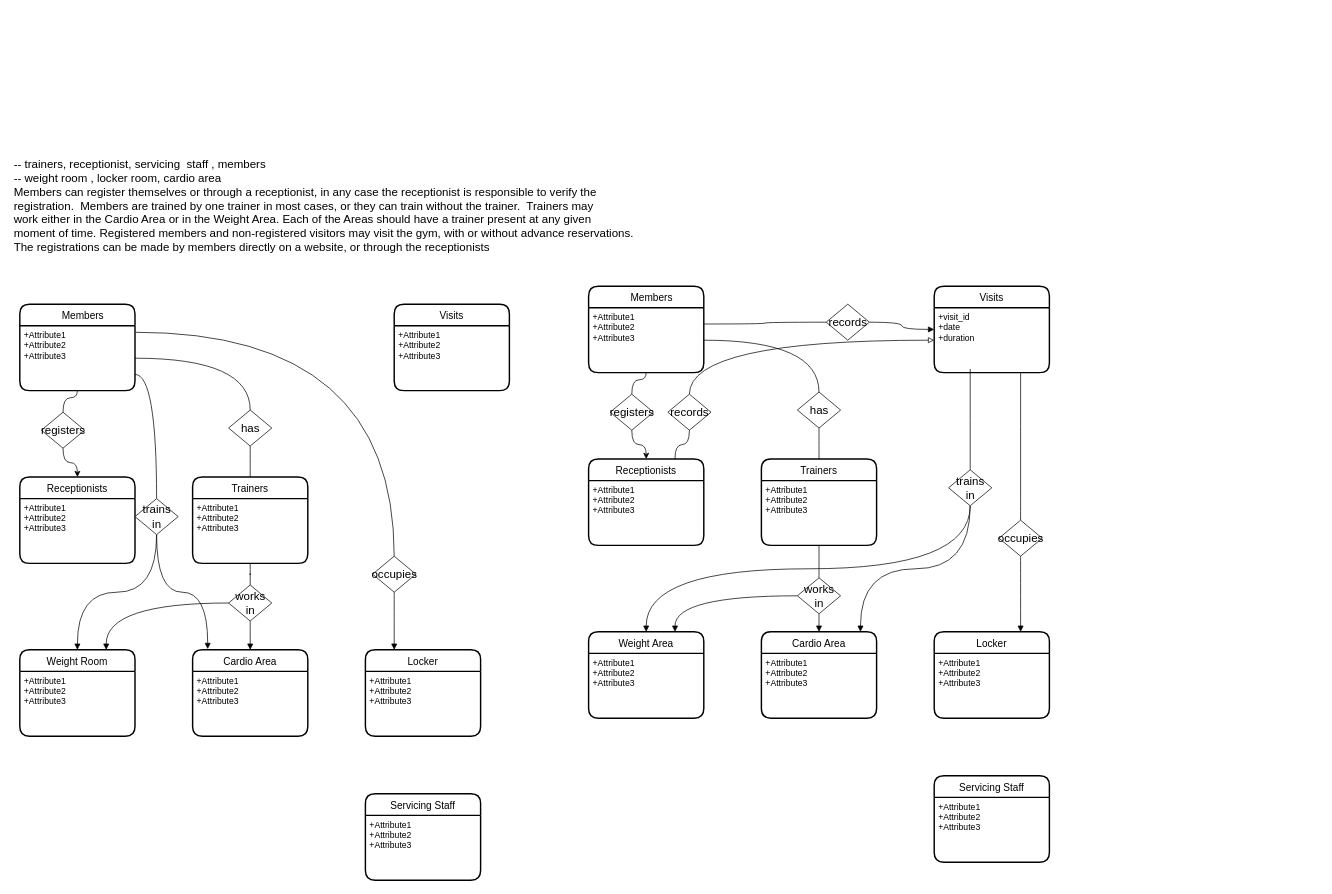
Above: Gym.drawio in gituser514/Diagram (draw.io), before the change. Source tidied: cells renumbered, new cells numbered last; positions are measured from the earlier drawing's top-left corner, leaving out a move shared by most shapes. Both pictures are drawn from the tidied source at 72%, with x=0, y=0 at pixel (12, 156).
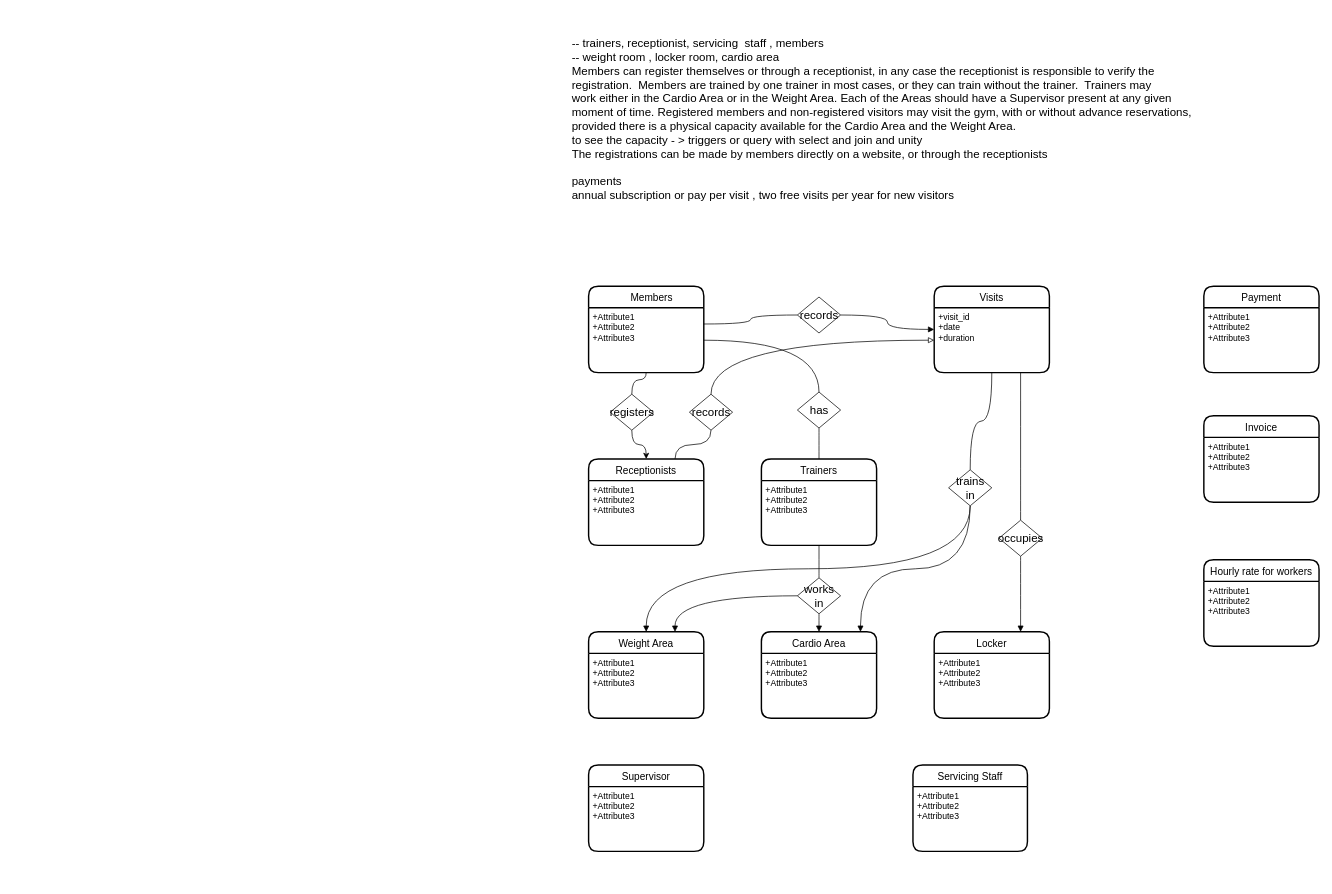
The same page after the edit.

The change refers to these unchanged cells:
```xml
<mxCell id="64" value="+visit_id&#10;+date&#10;+duration" style="align=left;strokeColor=none;fillColor=none;spacingLeft=4;fontSize=12;verticalAlign=top;" parent="63" vertex="1">
  <mxGeometry y="30" width="160" height="90" as="geometry" />
</mxCell>
<mxCell id="71" value="&lt;div&gt;trains &lt;br&gt;&lt;/div&gt;&lt;div&gt;in&lt;/div&gt;" style="shape=rhombus;html=1;dashed=0;whitespace=wrap;perimeter=rhombusPerimeter;fontSize=16;" parent="1" vertex="1">
  <mxGeometry x="1300" y="435" width="60" height="50" as="geometry" />
</mxCell>
```

The edit, as a diff of the source:
```diff
@@
-    <mxCell id="2" value="    Members" style="swimlane;horizontal=1;startSize=30;rounded=1;fontSize=14;fontStyle=0;strokeWidth=2;shadow=0;dashed=0;align=center;" parent="1" vertex="1">
-      <mxGeometry x="10" y="205" width="160" height="120" as="geometry" />
-    </mxCell>
-    <mxCell id="3" value="+Attribute1&#10;+Attribute2&#10;+Attribute3" style="align=left;strokeColor=none;fillColor=none;spacingLeft=4;fontSize=12;verticalAlign=top;" parent="2" vertex="1">
-      <mxGeometry y="30" width="160" height="90" as="geometry" />
-    </mxCell>
-    <mxCell id="4" value="Receptionists " style="swimlane;horizontal=1;startSize=30;rounded=1;fontSize=14;fontStyle=0;strokeWidth=2;shadow=0;dashed=0;align=center;" parent="1" vertex="1">
-      <mxGeometry x="10" y="445" width="160" height="120" as="geometry" />
-    </mxCell>
-    <mxCell id="5" value="+Attribute1&#10;+Attribute2&#10;+Attribute3" style="align=left;strokeColor=none;fillColor=none;spacingLeft=4;fontSize=12;verticalAlign=top;" parent="4" vertex="1">
-      <mxGeometry y="30" width="160" height="90" as="geometry" />
-    </mxCell>
-    <mxCell id="6" value="Trainers" style="swimlane;horizontal=1;startSize=30;rounded=1;fontSize=14;fontStyle=0;strokeWidth=2;shadow=0;dashed=0;align=center;" parent="1" vertex="1">
-      <mxGeometry x="250" y="445" width="160" height="120" as="geometry" />
-    </mxCell>
-    <mxCell id="7" value="+Attribute1&#10;+Attribute2&#10;+Attribute3" style="align=left;strokeColor=none;fillColor=none;spacingLeft=4;fontSize=12;verticalAlign=top;" parent="6" vertex="1">
-      <mxGeometry y="30" width="160" height="90" as="geometry" />
-    </mxCell>
-    <mxCell id="8" value="Servicing Staff" style="swimlane;horizontal=1;startSize=30;rounded=1;fontSize=14;fontStyle=0;strokeWidth=2;shadow=0;dashed=0;align=center;" parent="1" vertex="1">
-      <mxGeometry x="490" y="885" width="160" height="120" as="geometry" />
-    </mxCell>
-    <mxCell id="9" value="+Attribute1&#10;+Attribute2&#10;+Attribute3" style="align=left;strokeColor=none;fillColor=none;spacingLeft=4;fontSize=12;verticalAlign=top;" parent="8" vertex="1">
-      <mxGeometry y="30" width="160" height="90" as="geometry" />
-    </mxCell>
-    <mxCell id="10" value="&lt;br&gt;&lt;div style=&quot;font-size: 16px&quot; align=&quot;left&quot;&gt;&lt;font style=&quot;font-size: 16px&quot;&gt;&lt;br&gt;&lt;/font&gt;&lt;/div&gt;&lt;div style=&quot;font-size: 16px&quot; align=&quot;left&quot;&gt;&lt;div style=&quot;font-size: 16px&quot; align=&quot;left&quot;&gt;&lt;font style=&quot;font-size: 16px&quot;&gt;-- trainers, receptionist, servicing&amp;nbsp; staff , members&lt;br style=&quot;font-size: 16px&quot;&gt;-- weight room , locker room, cardio area&lt;/font&gt;&lt;/div&gt;&lt;div style=&quot;font-size: 16px&quot; align=&quot;left&quot;&gt;&lt;font style=&quot;font-size: 16px&quot;&gt;Members can register themselves or through a receptionist, in any case the receptionist is responsible to verify the &lt;br&gt;registration.&amp;nbsp; Members are trained by one trainer in most cases, or they can train without the trainer.&amp;nbsp; Trainers may &lt;br&gt;work either in the Cardio Area or in the Weight Area. Each of the Areas should have a trainer present at any given &lt;br&gt;&lt;/font&gt;&lt;/div&gt;&lt;div style=&quot;font-size: 16px&quot; align=&quot;left&quot;&gt;&lt;font style=&quot;font-size: 16px&quot;&gt;moment of time. Registered members and non-registered visitors may visit the gym, with or without advance reservations. &lt;br&gt;&lt;/font&gt;&lt;/div&gt;&lt;div style=&quot;font-size: 16px&quot; align=&quot;left&quot;&gt;&lt;font style=&quot;font-size: 16px&quot;&gt;The registrations can be made by members directly on a website, or through the receptionists &lt;br&gt;&lt;/font&gt;&lt;/div&gt;&lt;div style=&quot;font-size: 16px&quot; align=&quot;left&quot;&gt;&lt;font style=&quot;font-size: 16px&quot;&gt;&lt;br&gt;&lt;/font&gt;&lt;/div&gt;&lt;div style=&quot;font-size: 16px&quot; align=&quot;left&quot;&gt;&lt;font style=&quot;font-size: 16px&quot;&gt;&lt;br&gt;&lt;/font&gt;&lt;/div&gt;&lt;/div&gt;&lt;div style=&quot;font-size: 16px&quot; align=&quot;left&quot;&gt;&lt;font style=&quot;font-size: 16px&quot;&gt;&lt;br&gt;&lt;/font&gt;&lt;/div&gt;" style="text;html=1;align=left;verticalAlign=middle;strokeColor=none;fillColor=none;" parent="1" vertex="1">
-      <mxGeometry width="790" height="160" as="geometry" />
+    <mxCell id="10" value="&lt;br&gt;&lt;div style=&quot;font-size: 16px&quot; align=&quot;left&quot;&gt;&lt;font style=&quot;font-size: 16px&quot;&gt;&lt;br&gt;&lt;/font&gt;&lt;/div&gt;&lt;div style=&quot;font-size: 16px&quot; align=&quot;left&quot;&gt;&lt;div style=&quot;font-size: 16px&quot; align=&quot;left&quot;&gt;&lt;font style=&quot;font-size: 16px&quot;&gt;-- trainers, receptionist, servicing&amp;nbsp; staff , members&lt;br style=&quot;font-size: 16px&quot;&gt;-- weight room , locker room, cardio area&lt;/font&gt;&lt;/div&gt;&lt;div style=&quot;font-size: 16px&quot; align=&quot;left&quot;&gt;&lt;font style=&quot;font-size: 16px&quot;&gt;Members can register themselves or through a receptionist, in any case the receptionist is responsible to verify the &lt;br&gt;registration.&amp;nbsp; Members are trained by one trainer in most cases, or they can train without the trainer.&amp;nbsp; Trainers may &lt;br&gt;work either in the Cardio Area or in the Weight Area. Each of the Areas should have a Supervisor present at any given &lt;br&gt;&lt;/font&gt;&lt;/div&gt;&lt;div style=&quot;font-size: 16px&quot; align=&quot;left&quot;&gt;&lt;font style=&quot;font-size: 16px&quot;&gt;moment of time. Registered members and non-registered visitors may visit the gym, with or without advance reservations, &lt;br&gt;&lt;/font&gt;&lt;/div&gt;&lt;div style=&quot;font-size: 16px&quot; align=&quot;left&quot;&gt;&lt;font style=&quot;font-size: 16px&quot;&gt;provided there is a physical capacity available for the Cardio Area and the Weight Area. &lt;br&gt;&lt;/font&gt;&lt;/div&gt;&lt;div style=&quot;font-size: 16px&quot; align=&quot;left&quot;&gt;&lt;font style=&quot;font-size: 16px&quot;&gt;to see the capacity - &amp;gt; triggers or query with select and join and unity&amp;nbsp; &lt;br&gt;&lt;/font&gt;&lt;/div&gt;&lt;div style=&quot;font-size: 16px&quot; align=&quot;left&quot;&gt;&lt;font style=&quot;font-size: 16px&quot;&gt;The registrations can be made by members directly on a website, or through the receptionists &lt;br&gt;&lt;/font&gt;&lt;/div&gt;&lt;div style=&quot;font-size: 16px&quot; align=&quot;left&quot;&gt;&lt;font style=&quot;font-size: 16px&quot;&gt;&lt;br&gt;&lt;/font&gt;&lt;/div&gt;&lt;div style=&quot;font-size: 16px&quot; align=&quot;left&quot;&gt;&lt;font style=&quot;font-size: 16px&quot;&gt;payments&lt;/font&gt;&lt;/div&gt;&lt;div style=&quot;font-size: 16px&quot; align=&quot;left&quot;&gt;&lt;font style=&quot;font-size: 16px&quot;&gt;annual subscription or pay per visit , two free visits per year for new visitors &lt;br&gt;&lt;/font&gt;&lt;/div&gt;&amp;nbsp;&lt;br&gt;&lt;div style=&quot;font-size: 16px&quot; align=&quot;left&quot;&gt;&lt;font style=&quot;font-size: 16px&quot;&gt;&lt;br&gt;&lt;/font&gt;&lt;/div&gt;&lt;/div&gt;&lt;div style=&quot;font-size: 16px&quot; align=&quot;left&quot;&gt;&lt;font style=&quot;font-size: 16px&quot;&gt;&lt;br&gt;&lt;/font&gt;&lt;/div&gt;" style="text;html=1;align=left;verticalAlign=middle;strokeColor=none;fillColor=none;" parent="1" vertex="1">
+      <mxGeometry x="774.5" y="-150" width="790" height="220" as="geometry" />
     </mxCell>
-    <mxCell id="11" value="Cardio Area" style="swimlane;horizontal=1;startSize=30;rounded=1;fontSize=14;fontStyle=0;strokeWidth=2;shadow=0;dashed=0;align=center;" parent="1" vertex="1">
-      <mxGeometry x="250" y="685" width="160" height="120" as="geometry" />
-    </mxCell>
-    <mxCell id="12" value="+Attribute1&#10;+Attribute2&#10;+Attribute3" style="align=left;strokeColor=none;fillColor=none;spacingLeft=4;fontSize=12;verticalAlign=top;" parent="11" vertex="1">
-      <mxGeometry y="30" width="160" height="90" as="geometry" />
-    </mxCell>
-    <mxCell id="13" value="Locker " style="swimlane;horizontal=1;startSize=30;rounded=1;fontSize=14;fontStyle=0;strokeWidth=2;shadow=0;dashed=0;align=center;" parent="1" vertex="1">
-      <mxGeometry x="490" y="685" width="160" height="120" as="geometry" />
-    </mxCell>
-    <mxCell id="14" value="+Attribute1&#10;+Attribute2&#10;+Attribute3" style="align=left;strokeColor=none;fillColor=none;spacingLeft=4;fontSize=12;verticalAlign=top;" parent="13" vertex="1">
-      <mxGeometry y="30" width="160" height="90" as="geometry" />
-    </mxCell>
-    <mxCell id="15" value="Weight Room" style="swimlane;horizontal=1;startSize=30;rounded=1;fontSize=14;fontStyle=0;strokeWidth=2;shadow=0;dashed=0;align=center;" parent="1" vertex="1">
-      <mxGeometry x="10" y="685" width="160" height="120" as="geometry" />
-    </mxCell>
-    <mxCell id="16" value="+Attribute1&#10;+Attribute2&#10;+Attribute3" style="align=left;strokeColor=none;fillColor=none;spacingLeft=4;fontSize=12;verticalAlign=top;" parent="15" vertex="1">
-      <mxGeometry y="30" width="160" height="90" as="geometry" />
-    </mxCell>
-    <mxCell id="17" style="edgeStyle=orthogonalEdgeStyle;rounded=0;jettySize=auto;html=1;fontSize=16;endArrow=none;endFill=0;curved=1;" parent="1" edge="1" source="19" target="3">
-      <mxGeometry relative="1" as="geometry" />
-    </mxCell>
-    <mxCell id="18" style="edgeStyle=orthogonalEdgeStyle;rounded=0;jettySize=auto;html=1;fontSize=16;curved=1;" parent="1" edge="1" source="19" target="4">
-      <mxGeometry relative="1" as="geometry" />
-    </mxCell>
-    <mxCell id="19" value="registers" style="shape=rhombus;html=1;dashed=0;whitespace=wrap;perimeter=rhombusPerimeter;fontSize=16;" parent="1" vertex="1">
-      <mxGeometry x="40" y="355" width="60" height="50" as="geometry" />
-    </mxCell>
-    <mxCell id="20" style="edgeStyle=orthogonalEdgeStyle;rounded=0;jettySize=auto;html=1;entryX=1;entryY=0.5;entryDx=0;entryDy=0;fontSize=16;endArrow=none;endFill=0;curved=1;exitX=0.5;exitY=0;exitDx=0;exitDy=0;" parent="1" edge="1" source="22" target="3">
-      <mxGeometry relative="1" as="geometry" />
-    </mxCell>
-    <mxCell id="21" style="edgeStyle=orthogonalEdgeStyle;rounded=0;jettySize=auto;html=1;fontSize=16;endArrow=none;endFill=0;curved=1;" parent="1" edge="1" source="22" target="6">
-      <mxGeometry relative="1" as="geometry" />
-    </mxCell>
-    <mxCell id="22" value="has" style="shape=rhombus;html=1;dashed=0;whitespace=wrap;perimeter=rhombusPerimeter;fontSize=16;" parent="1" vertex="1">
-      <mxGeometry x="300" y="352" width="60" height="50" as="geometry" />
-    </mxCell>
-    <mxCell id="23" style="edgeStyle=orthogonalEdgeStyle;curved=1;rounded=0;jettySize=auto;html=1;entryX=0.5;entryY=1;entryDx=0;entryDy=0;fontSize=16;startArrow=none;startFill=0;endArrow=none;endFill=0;" parent="1" edge="1" source="25" target="7">
-      <mxGeometry relative="1" as="geometry" />
-    </mxCell>
-    <mxCell id="24" style="edgeStyle=orthogonalEdgeStyle;curved=1;rounded=0;jettySize=auto;html=1;exitX=0.5;exitY=1;exitDx=0;exitDy=0;entryX=0.5;entryY=0;entryDx=0;entryDy=0;fontSize=16;startArrow=none;startFill=0;endArrow=block;endFill=1;" parent="1" edge="1" source="25" target="11">
-      <mxGeometry relative="1" as="geometry" />
-    </mxCell>
-    <mxCell id="25" value="&lt;div&gt;works &lt;br&gt;&lt;/div&gt;&lt;div&gt;in&lt;/div&gt;" style="shape=rhombus;html=1;dashed=0;whitespace=wrap;perimeter=rhombusPerimeter;fontSize=16;" parent="1" vertex="1">
-      <mxGeometry x="300" y="595" width="60" height="50" as="geometry" />
-    </mxCell>
-    <mxCell id="26" style="edgeStyle=orthogonalEdgeStyle;curved=1;rounded=0;jettySize=auto;html=1;fontSize=16;startArrow=none;startFill=0;endArrow=block;endFill=1;entryX=0.75;entryY=0;entryDx=0;entryDy=0;exitX=0;exitY=0.5;exitDx=0;exitDy=0;" parent="1" edge="1" source="25" target="15">
-      <mxGeometry relative="1" as="geometry" />
-    </mxCell>
-    <mxCell id="27" style="edgeStyle=orthogonalEdgeStyle;curved=1;rounded=0;jettySize=auto;html=1;entryX=1;entryY=0.75;entryDx=0;entryDy=0;fontSize=16;startArrow=none;startFill=0;endArrow=none;endFill=0;" parent="1" edge="1" source="30" target="3">
-      <mxGeometry relative="1" as="geometry" />
-    </mxCell>
-    <mxCell id="28" style="edgeStyle=orthogonalEdgeStyle;curved=1;rounded=0;jettySize=auto;html=1;entryX=0.5;entryY=0;entryDx=0;entryDy=0;fontSize=16;startArrow=none;startFill=0;endArrow=block;endFill=1;" parent="1" edge="1" source="30" target="15">
-      <mxGeometry relative="1" as="geometry" />
-    </mxCell>
-    <mxCell id="29" style="edgeStyle=orthogonalEdgeStyle;curved=1;rounded=0;jettySize=auto;html=1;entryX=0.131;entryY=-0.008;entryDx=0;entryDy=0;entryPerimeter=0;fontSize=16;startArrow=none;startFill=0;endArrow=block;endFill=1;exitX=0.5;exitY=1;exitDx=0;exitDy=0;" parent="1" edge="1" source="30" target="11">
-      <mxGeometry relative="1" as="geometry" />
-    </mxCell>
-    <mxCell id="30" value="&lt;div&gt;trains &lt;br&gt;&lt;/div&gt;&lt;div&gt;in &lt;/div&gt;" style="shape=rhombus;html=1;dashed=0;whitespace=wrap;perimeter=rhombusPerimeter;fontSize=16;" parent="1" vertex="1">
-      <mxGeometry x="170" y="475" width="60" height="50" as="geometry" />
-    </mxCell>
-    <mxCell id="31" value="Visits" style="swimlane;horizontal=1;startSize=30;rounded=1;fontSize=14;fontStyle=0;strokeWidth=2;shadow=0;dashed=0;align=center;" parent="1" vertex="1">
-      <mxGeometry x="530" y="205" width="160" height="120" as="geometry" />
-    </mxCell>
-    <mxCell id="32" value="+Attribute1&#10;+Attribute2&#10;+Attribute3" style="align=left;strokeColor=none;fillColor=none;spacingLeft=4;fontSize=12;verticalAlign=top;" parent="31" vertex="1">
-      <mxGeometry y="30" width="160" height="90" as="geometry" />
-    </mxCell>
-    <mxCell id="33" style="edgeStyle=orthogonalEdgeStyle;curved=1;rounded=0;jettySize=auto;html=1;fontSize=16;startArrow=none;startFill=0;endArrow=block;endFill=1;entryX=0.25;entryY=0;entryDx=0;entryDy=0;" parent="1" edge="1" source="35" target="13">
-      <mxGeometry relative="1" as="geometry" />
-    </mxCell>
-    <mxCell id="34" style="edgeStyle=orthogonalEdgeStyle;curved=1;rounded=0;jettySize=auto;html=1;entryX=1.006;entryY=0.1;entryDx=0;entryDy=0;entryPerimeter=0;fontSize=16;startArrow=none;startFill=0;endArrow=none;endFill=0;" parent="1" edge="1" source="35" target="3">
-      <mxGeometry relative="1" as="geometry">
-        <Array as="points">
-          <mxPoint x="530" y="244" />
-        </Array>
-      </mxGeometry>
-    </mxCell>
-    <mxCell id="35" value="occupies " style="shape=rhombus;html=1;dashed=0;whitespace=wrap;perimeter=rhombusPerimeter;fontSize=16;" parent="1" vertex="1">
-      <mxGeometry x="500" y="555" width="60" height="50" as="geometry" />
-    </mxCell>
@@
     <mxCell id="42" value="Servicing Staff" style="swimlane;horizontal=1;startSize=30;rounded=1;fontSize=14;fontStyle=0;strokeWidth=2;shadow=0;dashed=0;align=center;" parent="1" vertex="1">
-      <mxGeometry x="1280" y="860" width="160" height="120" as="geometry" />
+      <mxGeometry x="1250.5" y="845" width="159" height="120" as="geometry" />
     </mxCell>
     <mxCell id="43" value="+Attribute1&#10;+Attribute2&#10;+Attribute3" style="align=left;strokeColor=none;fillColor=none;spacingLeft=4;fontSize=12;verticalAlign=top;" parent="42" vertex="1">
-      <mxGeometry y="30" width="160" height="90" as="geometry" />
+      <mxGeometry y="30" width="159" height="90" as="geometry" />
     </mxCell>
@@
     <mxCell id="62" value="records" style="shape=rhombus;html=1;dashed=0;whitespace=wrap;perimeter=rhombusPerimeter;fontSize=16;" parent="1" vertex="1">
-      <mxGeometry x="1130" y="205" width="60" height="50" as="geometry" />
+      <mxGeometry x="1090" y="195" width="60" height="50" as="geometry" />
     </mxCell>
@@
-    <mxCell id="68" style="edgeStyle=orthogonalEdgeStyle;curved=1;rounded=0;jettySize=auto;html=1;fontSize=16;startArrow=none;startFill=0;endArrow=none;endFill=0;" parent="1" edge="1" source="71">
-      <mxGeometry relative="1" as="geometry">
-        <mxPoint x="1330" y="295" as="targetPoint" />
-      </mxGeometry>
+    <mxCell id="68" style="edgeStyle=orthogonalEdgeStyle;curved=1;rounded=0;jettySize=auto;html=1;fontSize=16;startArrow=none;startFill=0;endArrow=none;endFill=0;" parent="1" edge="1" source="71" target="64">
+      <mxGeometry relative="1" as="geometry" />
     </mxCell>
@@
     <mxCell id="74" value="records" style="shape=rhombus;html=1;dashed=0;whitespace=wrap;perimeter=rhombusPerimeter;fontSize=16;" parent="1" vertex="1">
-      <mxGeometry x="910" y="330" width="60" height="50" as="geometry" />
+      <mxGeometry x="940" y="330" width="60" height="50" as="geometry" />
     </mxCell>
+    <mxCell id="75" value="Supervisor " style="swimlane;horizontal=1;startSize=30;rounded=1;fontSize=14;fontStyle=0;strokeWidth=2;shadow=0;dashed=0;align=center;" parent="1" vertex="1">
+      <mxGeometry x="800" y="845" width="160" height="120" as="geometry" />
+    </mxCell>
+    <mxCell id="76" value="+Attribute1&#10;+Attribute2&#10;+Attribute3" style="align=left;strokeColor=none;fillColor=none;spacingLeft=4;fontSize=12;verticalAlign=top;" parent="75" vertex="1">
+      <mxGeometry y="30" width="160" height="90" as="geometry" />
+    </mxCell>
+    <mxCell id="77" value="Invoice " style="swimlane;horizontal=1;startSize=30;rounded=1;fontSize=14;fontStyle=0;strokeWidth=2;shadow=0;dashed=0;align=center;" parent="1" vertex="1">
+      <mxGeometry x="1654.5" y="360" width="160" height="120" as="geometry" />
+    </mxCell>
+    <mxCell id="78" value="+Attribute1&#10;+Attribute2&#10;+Attribute3" style="align=left;strokeColor=none;fillColor=none;spacingLeft=4;fontSize=12;verticalAlign=top;" parent="77" vertex="1">
+      <mxGeometry y="30" width="160" height="90" as="geometry" />
+    </mxCell>
+    <mxCell id="79" value="Payment" style="swimlane;horizontal=1;startSize=30;rounded=1;fontSize=14;fontStyle=0;strokeWidth=2;shadow=0;dashed=0;align=center;" parent="1" vertex="1">
+      <mxGeometry x="1654.5" y="180" width="160" height="120" as="geometry" />
+    </mxCell>
+    <mxCell id="80" value="+Attribute1&#10;+Attribute2&#10;+Attribute3" style="align=left;strokeColor=none;fillColor=none;spacingLeft=4;fontSize=12;verticalAlign=top;" parent="79" vertex="1">
+      <mxGeometry y="30" width="160" height="90" as="geometry" />
+    </mxCell>
+    <mxCell id="81" value="Hourly rate for workers" style="swimlane;horizontal=1;startSize=30;rounded=1;fontSize=14;fontStyle=0;strokeWidth=2;shadow=0;dashed=0;align=center;" parent="1" vertex="1">
+      <mxGeometry x="1654.5" y="560" width="160" height="120" as="geometry" />
+    </mxCell>
+    <mxCell id="82" value="+Attribute1&#10;+Attribute2&#10;+Attribute3" style="align=left;strokeColor=none;fillColor=none;spacingLeft=4;fontSize=12;verticalAlign=top;" parent="81" vertex="1">
+      <mxGeometry y="30" width="160" height="90" as="geometry" />
+    </mxCell>
```
